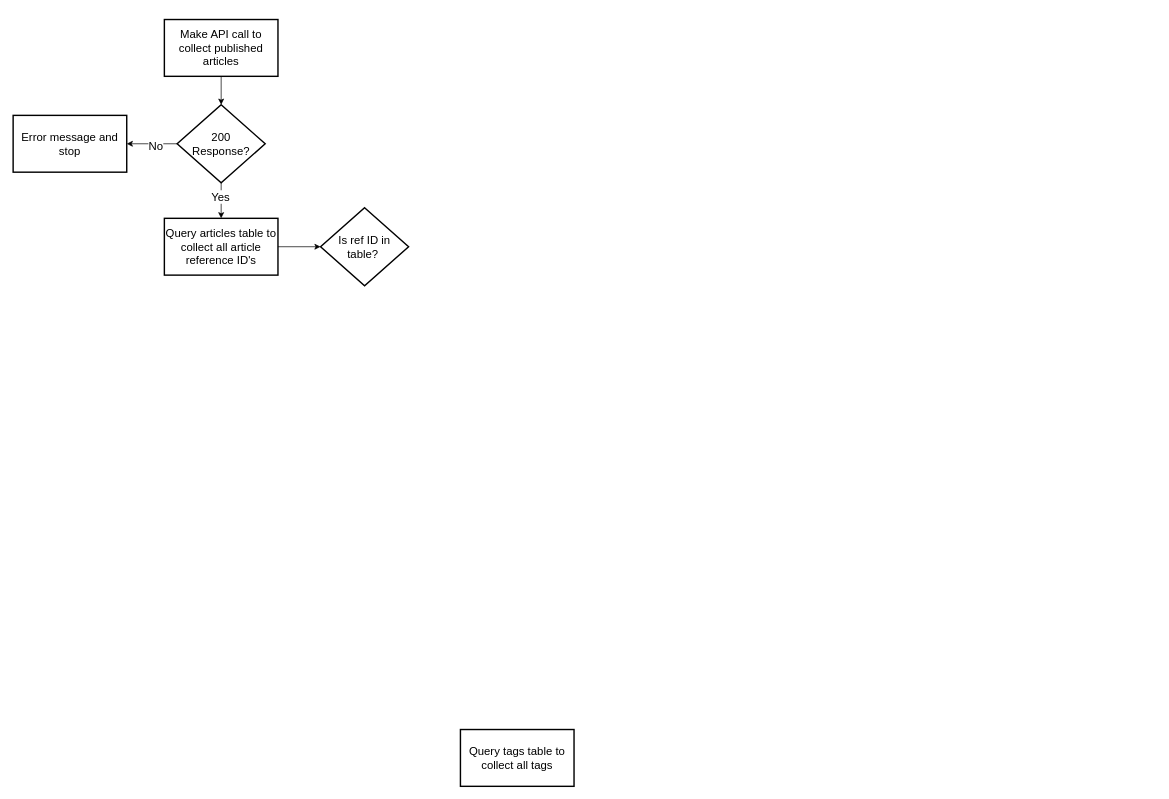
York13Pud/python-project-dev-to-stats keeps this draw.io diagram as development_docs/004-data-processing-flow.drawio. Above is the earlier version. Source tidied: cells renumbered, new cells numbered last; positions are measured from the earlier drawing's top-left corner, leaving out a move shared by most shapes. Both pictures are drawn from the tidied source at 71%, with x=0, y=0 at pixel (13, 19).
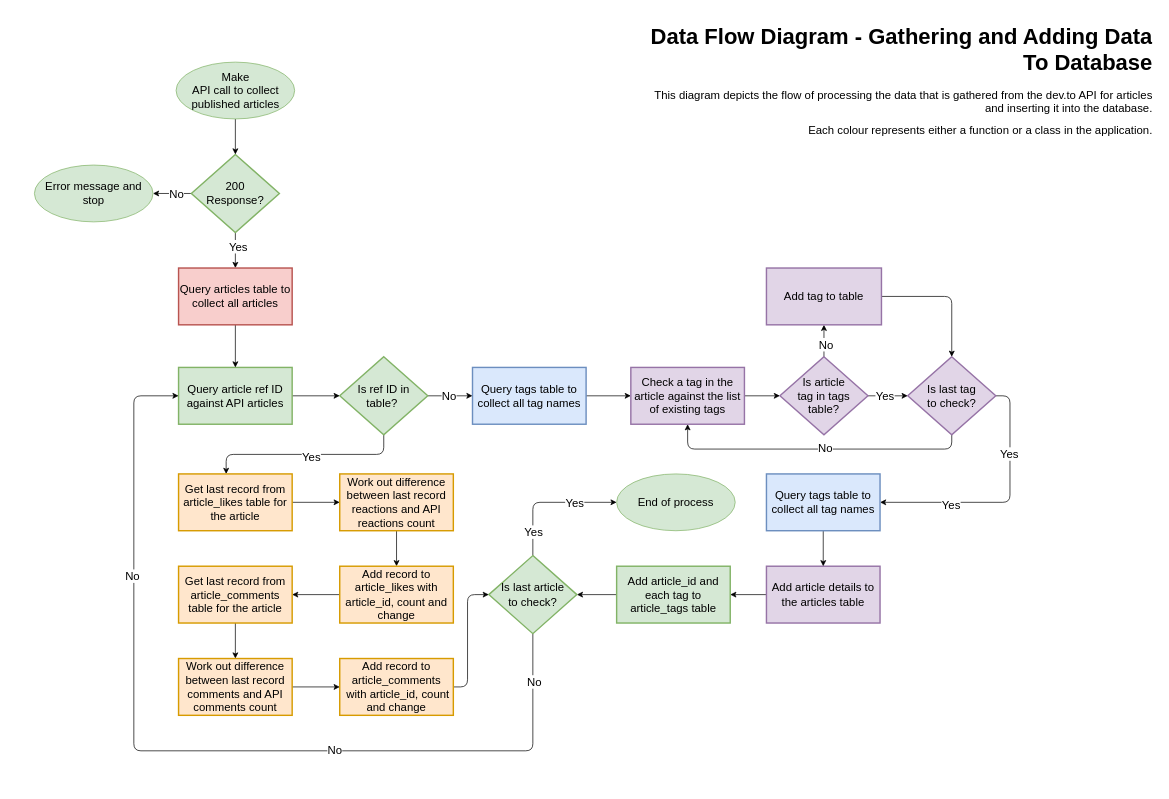
The same diagram, later.

The edit, as a diff of the source:
```diff
@@
+    <mxCell id="14" style="edgeStyle=orthogonalEdgeStyle;rounded=0;jettySize=auto;html=1;fontSize=16;" parent="1" edge="1" source="8" target="24">
+      <mxGeometry relative="1" as="geometry" />
+    </mxCell>
+    <mxCell id="15" value="Yes" style="edgeLabel;html=1;align=center;verticalAlign=middle;fontSize=16;rounded=0;" parent="14" vertex="1">
+      <mxGeometry x="-0.08" y="3" relative="1" as="geometry">
+        <mxPoint y="-4" as="offset" />
+      </mxGeometry>
+    </mxCell>
+    <mxCell id="4" style="edgeStyle=orthogonalEdgeStyle;jettySize=auto;html=1;fontSize=16;" parent="1" edge="1" source="8" target="9">
+      <mxGeometry relative="1" as="geometry" />
+    </mxCell>
+    <mxCell id="16" value="No" style="edgeLabel;html=1;align=center;verticalAlign=middle;fontSize=16;" parent="4" vertex="1">
+      <mxGeometry x="0.04" relative="1" as="geometry">
+        <mxPoint x="6" as="offset" />
+      </mxGeometry>
+    </mxCell>
+    <mxCell id="8" value="200 &lt;br&gt;Response?" style="rhombus;whiteSpace=wrap;html=1;strokeColor=#82b366;strokeWidth=2;fontSize=16;rounded=0;fillColor=#d5e8d4;" parent="1" vertex="1">
+      <mxGeometry x="251" y="190" width="124" height="110" as="geometry" />
+    </mxCell>
+    <mxCell id="17" style="edgeStyle=orthogonalEdgeStyle;jettySize=auto;html=1;fontSize=16;" parent="1" edge="1" source="13" target="26">
+      <mxGeometry relative="1" as="geometry" />
+    </mxCell>
+    <mxCell id="18" value="No" style="edgeLabel;html=1;align=center;verticalAlign=middle;fontSize=16;" parent="17" vertex="1">
+      <mxGeometry x="-0.17" relative="1" as="geometry">
+        <mxPoint x="3" as="offset" />
+      </mxGeometry>
+    </mxCell>
+    <mxCell id="19" style="edgeStyle=orthogonalEdgeStyle;jettySize=auto;html=1;exitX=0.5;exitY=1;exitDx=0;exitDy=0;entryX=0.419;entryY=0;entryDx=0;entryDy=0;entryPerimeter=0;fontSize=16;" parent="1" edge="1" source="13" target="57">
+      <mxGeometry relative="1" as="geometry" />
+    </mxCell>
+    <mxCell id="20" value="Yes" style="edgeLabel;html=1;align=center;verticalAlign=middle;fontSize=16;" parent="19" vertex="1">
+      <mxGeometry x="-0.27" relative="1" as="geometry">
+        <mxPoint x="-29" y="3" as="offset" />
+      </mxGeometry>
+    </mxCell>
+    <mxCell id="13" value="Is ref ID in table?&amp;nbsp;" style="rhombus;whiteSpace=wrap;html=1;strokeColor=#82b366;strokeWidth=2;fontSize=16;rounded=0;fillColor=#d5e8d4;" parent="1" vertex="1">
+      <mxGeometry x="460" y="475" width="124" height="110" as="geometry" />
+    </mxCell>
+    <mxCell id="21" style="edgeStyle=orthogonalEdgeStyle;rounded=0;jettySize=auto;html=1;fontSize=16;" parent="1" edge="1" source="22" target="13">
+      <mxGeometry relative="1" as="geometry" />
+    </mxCell>
+    <mxCell id="22" value="Query article ref ID against API articles" style="rounded=0;whiteSpace=wrap;html=1;strokeColor=#82b366;strokeWidth=2;fontSize=16;fillColor=#d5e8d4;" parent="1" vertex="1">
+      <mxGeometry x="233" y="490" width="160" height="80" as="geometry" />
+    </mxCell>
+    <mxCell id="23" style="edgeStyle=orthogonalEdgeStyle;rounded=0;jettySize=auto;html=1;fontSize=16;" parent="1" edge="1" source="24" target="22">
+      <mxGeometry relative="1" as="geometry" />
+    </mxCell>
+    <mxCell id="24" value="Query articles table to collect all articles" style="rounded=0;whiteSpace=wrap;html=1;strokeColor=#b85450;strokeWidth=2;fontSize=16;fillColor=#f8cecc;" parent="1" vertex="1">
+      <mxGeometry x="233" y="350" width="160" height="80" as="geometry" />
+    </mxCell>
+    <mxCell id="25" style="edgeStyle=orthogonalEdgeStyle;jettySize=auto;html=1;fontSize=16;" parent="1" edge="1" source="26" target="28">
+      <mxGeometry relative="1" as="geometry" />
+    </mxCell>
+    <mxCell id="26" value="Query tags table to collect all tag names" style="rounded=0;whiteSpace=wrap;html=1;strokeColor=#6c8ebf;strokeWidth=2;fontSize=16;fillColor=#dae8fc;" parent="1" vertex="1">
+      <mxGeometry x="647" y="490" width="160" height="80" as="geometry" />
+    </mxCell>
+    <mxCell id="27" style="edgeStyle=orthogonalEdgeStyle;jettySize=auto;html=1;fontSize=16;" parent="1" edge="1" source="28" target="33">
+      <mxGeometry relative="1" as="geometry" />
+    </mxCell>
+    <mxCell id="28" value="Check a tag in the article against the list of existing tags" style="rounded=0;whiteSpace=wrap;html=1;strokeColor=#9673a6;strokeWidth=2;fontSize=16;fillColor=#e1d5e7;" parent="1" vertex="1">
+      <mxGeometry x="870" y="490" width="160" height="80" as="geometry" />
+    </mxCell>
+    <mxCell id="29" style="edgeStyle=orthogonalEdgeStyle;jettySize=auto;html=1;fontSize=16;" parent="1" edge="1" source="33" target="41">
+      <mxGeometry relative="1" as="geometry" />
+    </mxCell>
+    <mxCell id="30" value="Yes" style="edgeLabel;html=1;align=center;verticalAlign=middle;fontSize=16;" parent="29" vertex="1">
+      <mxGeometry x="-0.32" relative="1" as="geometry">
+        <mxPoint x="4" as="offset" />
+      </mxGeometry>
+    </mxCell>
+    <mxCell id="31" style="edgeStyle=none;html=1;fontSize=16;" parent="1" edge="1" source="33" target="35">
+      <mxGeometry relative="1" as="geometry" />
+    </mxCell>
+    <mxCell id="32" value="No" style="edgeLabel;html=1;align=center;verticalAlign=middle;fontSize=16;" parent="31" vertex="1">
+      <mxGeometry x="-0.24" y="-2" relative="1" as="geometry">
+        <mxPoint y="-1" as="offset" />
+      </mxGeometry>
+    </mxCell>
+    <mxCell id="33" value="Is article &lt;br&gt;tag in tags &lt;br&gt;table?" style="rhombus;whiteSpace=wrap;html=1;strokeColor=#9673a6;strokeWidth=2;fontSize=16;rounded=0;fillColor=#e1d5e7;" parent="1" vertex="1">
+      <mxGeometry x="1080" y="475" width="124" height="110" as="geometry" />
+    </mxCell>
+    <mxCell id="34" style="edgeStyle=orthogonalEdgeStyle;jettySize=auto;html=1;fontSize=16;" parent="1" edge="1" source="35" target="41">
+      <mxGeometry relative="1" as="geometry" />
+    </mxCell>
+    <mxCell id="35" value="Add tag to table" style="rounded=0;whiteSpace=wrap;html=1;strokeColor=#9673a6;strokeWidth=2;fontSize=16;fillColor=#e1d5e7;" parent="1" vertex="1">
+      <mxGeometry x="1061" y="350" width="162" height="80" as="geometry" />
+    </mxCell>
+    <mxCell id="36" style="edgeStyle=orthogonalEdgeStyle;jettySize=auto;html=1;exitX=0.5;exitY=1;exitDx=0;exitDy=0;entryX=0.5;entryY=1;entryDx=0;entryDy=0;fontSize=16;" parent="1" edge="1" source="41" target="28">
+      <mxGeometry relative="1" as="geometry" />
+    </mxCell>
+    <mxCell id="37" value="No" style="edgeLabel;html=1;align=center;verticalAlign=middle;fontSize=16;" parent="36" vertex="1">
+      <mxGeometry x="-0.17" y="-2" relative="1" as="geometry">
+        <mxPoint x="-22" as="offset" />
+      </mxGeometry>
+    </mxCell>
+    <mxCell id="38" style="edgeStyle=orthogonalEdgeStyle;jettySize=auto;html=1;exitX=1;exitY=0.5;exitDx=0;exitDy=0;entryX=1;entryY=0.5;entryDx=0;entryDy=0;fontSize=16;" parent="1" edge="1" source="41" target="45">
+      <mxGeometry relative="1" as="geometry" />
+    </mxCell>
+    <mxCell id="39" value="Yes" style="edgeLabel;html=1;align=center;verticalAlign=middle;fontSize=16;" parent="38" vertex="1">
+      <mxGeometry x="-0.39" y="-2" relative="1" as="geometry">
+        <mxPoint y="-7" as="offset" />
+      </mxGeometry>
+    </mxCell>
+    <mxCell id="40" value="Yes" style="edgeLabel;html=1;align=center;verticalAlign=middle;fontSize=16;" parent="38" vertex="1">
+      <mxGeometry x="0.44" y="3" relative="1" as="geometry" />
+    </mxCell>
+    <mxCell id="41" value="Is last tag&lt;br&gt;to check?" style="rhombus;whiteSpace=wrap;html=1;strokeColor=#9673a6;strokeWidth=2;fontSize=16;rounded=0;fillColor=#e1d5e7;" parent="1" vertex="1">
+      <mxGeometry x="1260" y="475" width="124" height="110" as="geometry" />
+    </mxCell>
+    <mxCell id="42" style="edgeStyle=orthogonalEdgeStyle;jettySize=auto;html=1;fontSize=16;" parent="1" edge="1" source="43" target="47">
+      <mxGeometry relative="1" as="geometry" />
+    </mxCell>
+    <mxCell id="43" value="Add article details to the articles table" style="rounded=0;whiteSpace=wrap;html=1;strokeColor=#9673a6;strokeWidth=2;fontSize=16;fillColor=#e1d5e7;" parent="1" vertex="1">
+      <mxGeometry x="1061" y="770" width="160" height="80" as="geometry" />
+    </mxCell>
+    <mxCell id="44" style="edgeStyle=orthogonalEdgeStyle;jettySize=auto;html=1;fontSize=16;" parent="1" edge="1" source="45" target="43">
+      <mxGeometry relative="1" as="geometry" />
+    </mxCell>
+    <mxCell id="45" value="Query tags table to collect all tag names" style="rounded=0;whiteSpace=wrap;html=1;strokeColor=#6c8ebf;strokeWidth=2;fontSize=16;fillColor=#dae8fc;" parent="1" vertex="1">
+      <mxGeometry x="1061" y="640" width="160" height="80" as="geometry" />
+    </mxCell>
+    <mxCell id="46" style="edgeStyle=orthogonalEdgeStyle;jettySize=auto;html=1;fontSize=16;" parent="1" edge="1" source="47" target="55">
+      <mxGeometry relative="1" as="geometry" />
+    </mxCell>
+    <mxCell id="47" value="Add article_id and each tag to article_tags table" style="rounded=0;whiteSpace=wrap;html=1;strokeColor=#82b366;strokeWidth=2;fontSize=16;fillColor=#d5e8d4;" parent="1" vertex="1">
+      <mxGeometry x="850" y="770" width="160" height="80" as="geometry" />
+    </mxCell>
+    <mxCell id="48" style="edgeStyle=orthogonalEdgeStyle;jettySize=auto;html=1;exitX=0.5;exitY=1;exitDx=0;exitDy=0;entryX=0;entryY=0.5;entryDx=0;entryDy=0;fontSize=16;" parent="1" edge="1" source="55" target="22">
+      <mxGeometry relative="1" as="geometry">
+        <Array as="points">
+          <mxPoint x="732" y="1030" />
+          <mxPoint x="170" y="1030" />
+          <mxPoint x="170" y="530" />
+        </Array>
+      </mxGeometry>
+    </mxCell>
+    <mxCell id="49" value="No" style="edgeLabel;html=1;align=center;verticalAlign=middle;fontSize=16;" parent="48" vertex="1">
+      <mxGeometry x="-0.91" y="1" relative="1" as="geometry">
+        <mxPoint y="9" as="offset" />
+      </mxGeometry>
+    </mxCell>
+    <mxCell id="50" value="No" style="edgeLabel;html=1;align=center;verticalAlign=middle;fontSize=16;" parent="48" vertex="1">
+      <mxGeometry x="-0.31" y="-2" relative="1" as="geometry" />
+    </mxCell>
+    <mxCell id="51" value="No" style="edgeLabel;html=1;align=center;verticalAlign=middle;fontSize=16;" parent="48" vertex="1">
+      <mxGeometry x="0.51" y="3" relative="1" as="geometry" />
+    </mxCell>
+    <mxCell id="52" style="edgeStyle=orthogonalEdgeStyle;jettySize=auto;html=1;exitX=0.5;exitY=0;exitDx=0;exitDy=0;entryX=0;entryY=0.5;entryDx=0;entryDy=0;fontSize=16;" parent="1" edge="1" source="55" target="68">
+      <mxGeometry relative="1" as="geometry" />
+    </mxCell>
+    <mxCell id="53" value="Yes" style="edgeLabel;html=1;align=center;verticalAlign=middle;fontSize=16;" parent="52" vertex="1">
+      <mxGeometry x="-0.75" relative="1" as="geometry">
+        <mxPoint y="-10" as="offset" />
+      </mxGeometry>
+    </mxCell>
+    <mxCell id="54" value="Yes" style="edgeLabel;html=1;align=center;verticalAlign=middle;fontSize=16;" parent="52" vertex="1">
+      <mxGeometry x="0.34" relative="1" as="geometry">
+        <mxPoint x="4" as="offset" />
+      </mxGeometry>
+    </mxCell>
+    <mxCell id="55" value="Is last article&lt;br&gt;to check?" style="rhombus;whiteSpace=wrap;html=1;strokeColor=#82b366;strokeWidth=2;fontSize=16;rounded=0;fillColor=#d5e8d4;" parent="1" vertex="1">
+      <mxGeometry x="670" y="755" width="124" height="110" as="geometry" />
+    </mxCell>
+    <mxCell id="56" style="edgeStyle=orthogonalEdgeStyle;jettySize=auto;html=1;fontSize=16;" parent="1" edge="1" source="57" target="59">
+      <mxGeometry relative="1" as="geometry" />
+    </mxCell>
+    <mxCell id="57" value="Get last record from article_likes table for the article" style="rounded=0;whiteSpace=wrap;html=1;strokeColor=#d79b00;strokeWidth=2;fontSize=16;fillColor=#ffe6cc;" parent="1" vertex="1">
+      <mxGeometry x="233" y="640" width="160" height="80" as="geometry" />
+    </mxCell>
+    <mxCell id="58" style="edgeStyle=orthogonalEdgeStyle;jettySize=auto;html=1;fontSize=16;" parent="1" edge="1" source="59" target="61">
+      <mxGeometry relative="1" as="geometry" />
+    </mxCell>
+    <mxCell id="59" value="Work out difference between last record reactions and API reactions count" style="rounded=0;whiteSpace=wrap;html=1;strokeColor=#d79b00;strokeWidth=2;fontSize=16;fillColor=#ffe6cc;" parent="1" vertex="1">
+      <mxGeometry x="460" y="640" width="160" height="80" as="geometry" />
+    </mxCell>
+    <mxCell id="60" style="edgeStyle=orthogonalEdgeStyle;jettySize=auto;html=1;fontSize=16;" parent="1" edge="1" source="61" target="63">
+      <mxGeometry relative="1" as="geometry" />
+    </mxCell>
+    <mxCell id="61" value="Add record to article_likes with article_id, count and change" style="rounded=0;whiteSpace=wrap;html=1;strokeColor=#d79b00;strokeWidth=2;fontSize=16;fillColor=#ffe6cc;" parent="1" vertex="1">
+      <mxGeometry x="460" y="770" width="160" height="80" as="geometry" />
+    </mxCell>
+    <mxCell id="62" style="edgeStyle=orthogonalEdgeStyle;jettySize=auto;html=1;fontSize=16;" parent="1" edge="1" source="63" target="65">
+      <mxGeometry relative="1" as="geometry" />
+    </mxCell>
+    <mxCell id="63" value="Get last record from article_comments table for the article" style="rounded=0;whiteSpace=wrap;html=1;strokeColor=#d79b00;strokeWidth=2;fontSize=16;fillColor=#ffe6cc;" parent="1" vertex="1">
+      <mxGeometry x="233" y="770" width="160" height="80" as="geometry" />
+    </mxCell>
+    <mxCell id="64" style="edgeStyle=orthogonalEdgeStyle;jettySize=auto;html=1;fontSize=16;" parent="1" edge="1" source="65" target="67">
+      <mxGeometry relative="1" as="geometry" />
+    </mxCell>
+    <mxCell id="65" value="Work out difference between last record comments and API comments count" style="rounded=0;whiteSpace=wrap;html=1;strokeColor=#d79b00;strokeWidth=2;fontSize=16;fillColor=#ffe6cc;" parent="1" vertex="1">
+      <mxGeometry x="233" y="900" width="160" height="80" as="geometry" />
+    </mxCell>
+    <mxCell id="66" style="edgeStyle=orthogonalEdgeStyle;jettySize=auto;html=1;fontSize=16;exitX=1;exitY=0.5;exitDx=0;exitDy=0;entryX=0;entryY=0.5;entryDx=0;entryDy=0;" parent="1" edge="1" source="67" target="55">
+      <mxGeometry relative="1" as="geometry">
+        <Array as="points">
+          <mxPoint x="640" y="940" />
+          <mxPoint x="640" y="810" />
+        </Array>
+      </mxGeometry>
+    </mxCell>
+    <mxCell id="67" value="Add record to article_comments&lt;br&gt;&amp;nbsp;with article_id, count and change" style="rounded=0;whiteSpace=wrap;html=1;strokeColor=#d79b00;strokeWidth=2;fontSize=16;fillColor=#ffe6cc;" parent="1" vertex="1">
+      <mxGeometry x="460" y="900" width="160" height="80" as="geometry" />
+    </mxCell>
-    <mxCell id="2" style="edgeStyle=orthogonalEdgeStyle;rounded=0;jettySize=auto;html=1;fontSize=16;" parent="1" edge="1" source="3" target="8">
+    <mxCell id="2" style="edgeStyle=orthogonalEdgeStyle;jettySize=auto;html=1;fontSize=16;" parent="1" edge="1" source="3" target="8">
       <mxGeometry relative="1" as="geometry" />
     </mxCell>
-    <mxCell id="3" value="Make API call to collect published articles" style="text;html=1;strokeColor=default;fillColor=none;align=center;verticalAlign=middle;whiteSpace=wrap;rounded=0;strokeWidth=2;fontSize=16;" parent="1" vertex="1">
-      <mxGeometry x="213" width="160" height="80" as="geometry" />
+    <mxCell id="3" value="Make &lt;br&gt;API call to collect published articles" style="ellipse;whiteSpace=wrap;html=1;fontSize=16;fillColor=#d5e8d4;strokeColor=#82b366;" parent="1" vertex="1">
+      <mxGeometry x="229.5" y="60" width="167" height="80" as="geometry" />
     </mxCell>
-    <mxCell id="4" style="edgeStyle=orthogonalEdgeStyle;rounded=0;jettySize=auto;html=1;fontSize=16;" parent="1" edge="1" source="8" target="9">
-      <mxGeometry relative="1" as="geometry" />
-    </mxCell>
-    <mxCell id="5" value="No" style="edgeLabel;html=1;align=center;verticalAlign=middle;fontSize=16;" parent="4" vertex="1">
-      <mxGeometry x="-0.13" y="2" relative="1" as="geometry" />
-    </mxCell>
-    <mxCell id="6" style="edgeStyle=orthogonalEdgeStyle;rounded=0;jettySize=auto;html=1;fontSize=16;" parent="1" edge="1" source="8" target="11">
-      <mxGeometry relative="1" as="geometry" />
-    </mxCell>
-    <mxCell id="7" value="Yes" style="edgeLabel;html=1;align=center;verticalAlign=middle;fontSize=16;" parent="6" vertex="1">
-      <mxGeometry x="-0.24" y="-2" relative="1" as="geometry" />
-    </mxCell>
-    <mxCell id="8" value="200 &lt;br&gt;Response?" style="rhombus;whiteSpace=wrap;html=1;strokeColor=default;strokeWidth=2;fontSize=16;" parent="1" vertex="1">
-      <mxGeometry x="231" y="120" width="124" height="110" as="geometry" />
-    </mxCell>
-    <mxCell id="9" value="Error message and stop" style="text;html=1;strokeColor=default;fillColor=none;align=center;verticalAlign=middle;whiteSpace=wrap;rounded=0;strokeWidth=2;fontSize=16;" parent="1" vertex="1">
-      <mxGeometry y="135" width="160" height="80" as="geometry" />
+    <mxCell id="9" value="Error message and stop" style="ellipse;whiteSpace=wrap;html=1;fontSize=16;fillColor=#d5e8d4;strokeColor=#82b366;" parent="1" vertex="1">
+      <mxGeometry x="30" y="205" width="167" height="80" as="geometry" />
     </mxCell>
-    <mxCell id="10" style="edgeStyle=orthogonalEdgeStyle;rounded=0;jettySize=auto;html=1;fontSize=16;" parent="1" edge="1" source="11" target="13">
-      <mxGeometry relative="1" as="geometry" />
-    </mxCell>
-    <mxCell id="11" value="Query articles table to collect all article reference ID's" style="text;html=1;strokeColor=default;fillColor=none;align=center;verticalAlign=middle;whiteSpace=wrap;rounded=0;strokeWidth=2;fontSize=16;" parent="1" vertex="1">
-      <mxGeometry x="213" y="280" width="160" height="80" as="geometry" />
-    </mxCell>
-    <mxCell id="12" value="Query tags table to collect all tags" style="text;html=1;strokeColor=default;fillColor=none;align=center;verticalAlign=middle;whiteSpace=wrap;rounded=0;strokeWidth=2;fontSize=16;" parent="1" vertex="1">
-      <mxGeometry x="630" y="1000" width="160" height="80" as="geometry" />
-    </mxCell>
-    <mxCell id="13" value="Is ref ID in table?&amp;nbsp;" style="rhombus;whiteSpace=wrap;html=1;strokeColor=default;strokeWidth=2;fontSize=16;" parent="1" vertex="1">
-      <mxGeometry x="433" y="265" width="124" height="110" as="geometry" />
-    </mxCell>
+    <mxCell id="68" value="End of process" style="ellipse;whiteSpace=wrap;html=1;fontSize=16;fillColor=#d5e8d4;strokeColor=#82b366;" parent="1" vertex="1">
+      <mxGeometry x="850" y="640" width="167" height="80" as="geometry" />
+    </mxCell>
+    <mxCell id="69" value="&lt;h1&gt;&lt;font style=&quot;font-size: 31px;&quot;&gt;Data Flow Diagram - Gathering and Adding Data To Database&lt;/font&gt;&lt;/h1&gt;&lt;p&gt;&lt;font style=&quot;font-size: 16px;&quot;&gt;This diagram depicts the flow of processing the data that is gathered from the dev.to API for articles and inserting it into the database.&lt;/font&gt;&lt;/p&gt;&lt;p&gt;&lt;font style=&quot;font-size: 16px;&quot;&gt;Each colour represents either a function or a class in the application.&lt;/font&gt;&lt;/p&gt;" style="text;html=1;strokeColor=none;fillColor=none;spacing=5;spacingTop=-20;whiteSpace=wrap;overflow=hidden;rounded=0;align=right;" parent="1" vertex="1">
+      <mxGeometry x="880" width="730" height="210" as="geometry" />
+    </mxCell>
```
